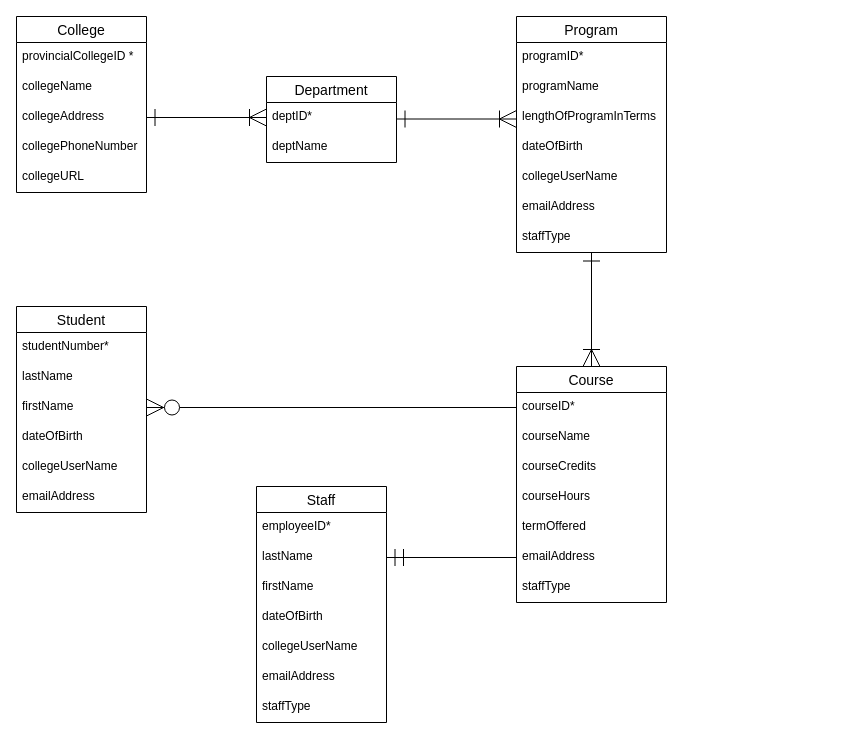
Above: Untitled Diagram.drawio in paige71/Draw.io (draw.io), before the change. Source tidied: cells renumbered, new cells numbered last; positions are measured from the earlier drawing's top-left corner, leaving out a move shared by most shapes. Both pictures are drawn from the tidied source at 100%, with x=0, y=0 at pixel (16, 16).
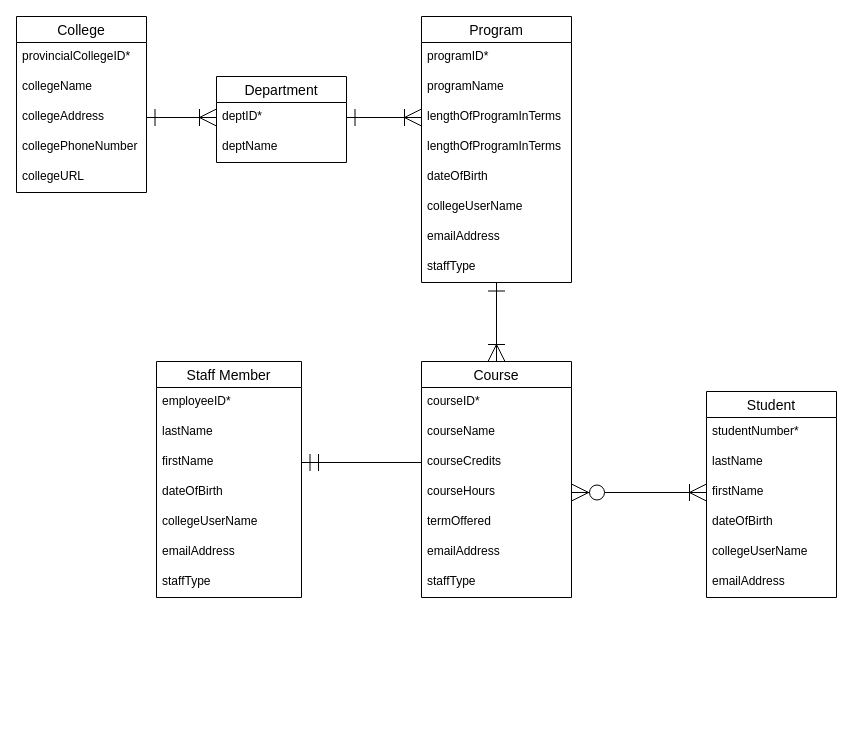
The same page after the edit.

Unchanged cells that the change refers to:
```xml
<mxCell id="2" value="College" style="swimlane;fontStyle=0;horizontal=1;startSize=26;align=center;fontSize=14;swimlaneLine=1;" parent="1" vertex="1">
  <mxGeometry width="130" height="176" as="geometry" />
</mxCell>
<mxCell id="9" value="deptID*" style="text;strokeColor=none;fillColor=none;spacingLeft=4;spacingRight=4;overflow=hidden;points=[[0,0.5],[1,0.5]];portConstraint=eastwest;fontSize=12;" parent="8" vertex="1">
  <mxGeometry y="26" width="130" height="30" as="geometry" />
</mxCell>
<mxCell id="22" value="firstName&#10;" style="text;strokeColor=none;fillColor=none;spacingLeft=4;spacingRight=4;overflow=hidden;points=[[0,0.5],[1,0.5]];portConstraint=eastwest;fontSize=12;" parent="19" vertex="1">
  <mxGeometry y="86" width="130" height="30" as="geometry" />
</mxCell>
<mxCell id="36" value="courseID*" style="text;strokeColor=none;fillColor=none;spacingLeft=4;spacingRight=4;overflow=hidden;points=[[0,0.5],[1,0.5]];portConstraint=eastwest;fontSize=12;" parent="35" vertex="1">
  <mxGeometry y="26" width="150" height="30" as="geometry" />
</mxCell>
<mxCell id="38" value="courseCredits" style="text;strokeColor=none;fillColor=none;spacingLeft=4;spacingRight=4;overflow=hidden;points=[[0,0.5],[1,0.5]];portConstraint=eastwest;fontSize=12;" parent="35" vertex="1">
  <mxGeometry y="86" width="150" height="30" as="geometry" />
</mxCell>
<mxCell id="39" value="courseHours&#10;" style="text;strokeColor=none;fillColor=none;spacingLeft=4;spacingRight=4;overflow=hidden;points=[[0,0.5],[1,0.5]];portConstraint=eastwest;fontSize=12;" parent="35" vertex="1">
  <mxGeometry y="116" width="150" height="30" as="geometry" />
</mxCell>
<mxCell id="41" value="emailAddress&#10;" style="text;strokeColor=none;fillColor=none;spacingLeft=4;spacingRight=4;overflow=hidden;points=[[0,0.5],[1,0.5]];portConstraint=eastwest;fontSize=12;" parent="35" vertex="1">
  <mxGeometry y="176" width="150" height="30" as="geometry" />
</mxCell>
```

Diff of the diagram source:
```diff
@@
-    <mxCell id="3" value="provincialCollegeID *" style="text;strokeColor=none;fillColor=none;spacingLeft=4;spacingRight=4;overflow=hidden;fontSize=12;" parent="2" vertex="1">
+    <mxCell id="3" value="provincialCollegeID*" style="text;strokeColor=none;fillColor=none;spacingLeft=4;spacingRight=4;overflow=hidden;fontSize=12;" parent="2" vertex="1">
       <mxGeometry y="26" width="130" height="30" as="geometry" />
     </mxCell>
@@
     <mxCell id="8" value="Department" style="swimlane;fontStyle=0;horizontal=1;startSize=26;align=center;fontSize=14;swimlaneLine=1;" parent="1" vertex="1">
-      <mxGeometry x="250" y="60" width="130" height="86" as="geometry" />
+      <mxGeometry x="200" y="60" width="130" height="86" as="geometry" />
     </mxCell>
@@
-    <mxCell id="11" value="Staff" style="swimlane;fontStyle=0;horizontal=1;startSize=26;align=center;fontSize=14;swimlaneLine=1;" parent="1" vertex="1">
-      <mxGeometry x="240" y="470" width="130" height="236" as="geometry" />
+    <mxCell id="11" value="Staff Member" style="swimlane;fontStyle=0;horizontal=1;startSize=26;align=center;fontSize=14;swimlaneLine=1;" parent="1" vertex="1">
+      <mxGeometry x="140" y="345" width="145" height="236" as="geometry" />
     </mxCell>
     <mxCell id="12" value="employeeID*" style="text;strokeColor=none;fillColor=none;spacingLeft=4;spacingRight=4;overflow=hidden;fontSize=12;" parent="11" vertex="1">
-      <mxGeometry y="26" width="130" height="30" as="geometry" />
+      <mxGeometry y="26" width="145" height="30" as="geometry" />
     </mxCell>
     <mxCell id="13" value="lastName" style="text;strokeColor=none;fillColor=none;spacingLeft=4;spacingRight=4;overflow=hidden;points=[[0,0.5],[1,0.5]];portConstraint=eastwest;fontSize=12;" parent="11" vertex="1">
-      <mxGeometry y="56" width="130" height="30" as="geometry" />
+      <mxGeometry y="56" width="145" height="30" as="geometry" />
     </mxCell>
     <mxCell id="14" value="firstName&#10;" style="text;strokeColor=none;fillColor=none;spacingLeft=4;spacingRight=4;overflow=hidden;points=[[0,0.5],[1,0.5]];portConstraint=eastwest;fontSize=12;" parent="11" vertex="1">
-      <mxGeometry y="86" width="130" height="30" as="geometry" />
+      <mxGeometry y="86" width="145" height="30" as="geometry" />
     </mxCell>
     <mxCell id="15" value="dateOfBirth" style="text;strokeColor=none;fillColor=none;spacingLeft=4;spacingRight=4;overflow=hidden;fontSize=12;" parent="11" vertex="1">
-      <mxGeometry y="116" width="130" height="30" as="geometry" />
+      <mxGeometry y="116" width="145" height="30" as="geometry" />
     </mxCell>
     <mxCell id="16" value="collegeUserName&#10;" style="text;strokeColor=none;fillColor=none;spacingLeft=4;spacingRight=4;overflow=hidden;fontSize=12;" parent="11" vertex="1">
-      <mxGeometry y="146" width="130" height="30" as="geometry" />
+      <mxGeometry y="146" width="145" height="30" as="geometry" />
     </mxCell>
     <mxCell id="17" value="emailAddress&#10;" style="text;strokeColor=none;fillColor=none;spacingLeft=4;spacingRight=4;overflow=hidden;fontSize=12;" parent="11" vertex="1">
-      <mxGeometry y="176" width="130" height="30" as="geometry" />
+      <mxGeometry y="176" width="145" height="30" as="geometry" />
     </mxCell>
     <mxCell id="18" value="staffType" style="text;strokeColor=none;fillColor=none;spacingLeft=4;spacingRight=4;overflow=hidden;fontSize=12;" parent="11" vertex="1">
-      <mxGeometry y="206" width="130" height="30" as="geometry" />
+      <mxGeometry y="206" width="145" height="30" as="geometry" />
     </mxCell>
     <mxCell id="19" value="Student" style="swimlane;fontStyle=0;horizontal=1;startSize=26;align=center;fontSize=14;swimlaneLine=1;" parent="1" vertex="1">
-      <mxGeometry y="290" width="130" height="206" as="geometry" />
+      <mxGeometry x="690" y="375" width="130" height="206" as="geometry" />
     </mxCell>
@@
     <mxCell id="27" value="Program" style="swimlane;fontStyle=0;horizontal=1;startSize=26;align=center;fontSize=14;swimlaneLine=1;" parent="1" vertex="1">
-      <mxGeometry x="500" width="150" height="236" as="geometry" />
+      <mxGeometry x="405" width="150" height="266" as="geometry" />
     </mxCell>
@@
+    <mxCell id="47" value="lengthOfProgramInTerms" style="text;strokeColor=none;fillColor=none;spacingLeft=4;spacingRight=4;overflow=hidden;points=[[0,0.5],[1,0.5]];portConstraint=eastwest;fontSize=12;" parent="27" vertex="1">
+      <mxGeometry y="86" width="150" height="30" as="geometry" />
+    </mxCell>
     <mxCell id="30" value="lengthOfProgramInTerms" style="text;strokeColor=none;fillColor=none;spacingLeft=4;spacingRight=4;overflow=hidden;fontSize=12;" parent="27" vertex="1">
-      <mxGeometry y="86" width="150" height="30" as="geometry" />
+      <mxGeometry y="116" width="150" height="30" as="geometry" />
     </mxCell>
     <mxCell id="31" value="dateOfBirth" style="text;strokeColor=none;fillColor=none;spacingLeft=4;spacingRight=4;overflow=hidden;fontSize=12;" parent="27" vertex="1">
-      <mxGeometry y="116" width="150" height="30" as="geometry" />
+      <mxGeometry y="146" width="150" height="30" as="geometry" />
     </mxCell>
     <mxCell id="32" value="collegeUserName&#10;" style="text;strokeColor=none;fillColor=none;spacingLeft=4;spacingRight=4;overflow=hidden;fontSize=12;" parent="27" vertex="1">
-      <mxGeometry y="146" width="150" height="30" as="geometry" />
+      <mxGeometry y="176" width="150" height="30" as="geometry" />
     </mxCell>
     <mxCell id="33" value="emailAddress&#10;" style="text;strokeColor=none;fillColor=none;spacingLeft=4;spacingRight=4;overflow=hidden;fontSize=12;" parent="27" vertex="1">
-      <mxGeometry y="176" width="150" height="30" as="geometry" />
+      <mxGeometry y="206" width="150" height="30" as="geometry" />
     </mxCell>
     <mxCell id="34" value="staffType" style="text;strokeColor=none;fillColor=none;spacingLeft=4;spacingRight=4;overflow=hidden;fontSize=12;" parent="27" vertex="1">
-      <mxGeometry y="206" width="150" height="30" as="geometry" />
+      <mxGeometry y="236" width="150" height="30" as="geometry" />
     </mxCell>
     <mxCell id="35" value="Course" style="swimlane;fontStyle=0;horizontal=1;startSize=26;align=center;fontSize=14;swimlaneLine=1;" parent="1" vertex="1">
-      <mxGeometry x="500" y="350" width="150" height="236" as="geometry" />
+      <mxGeometry x="405" y="345" width="150" height="236" as="geometry" />
     </mxCell>
@@
-    <mxCell id="44" style="edgeStyle=orthogonalEdgeStyle;rounded=0;orthogonalLoop=1;jettySize=auto;html=1;exitX=1;exitY=0.5;exitDx=0;exitDy=0;entryX=0;entryY=0.5;entryDx=0;entryDy=0;fontSize=14;startArrow=ERone;startFill=0;endArrow=ERoneToMany;endFill=0;startSize=15;strokeWidth=1;endSize=15;" parent="1" edge="1">
-      <mxGeometry relative="1" as="geometry">
-        <mxPoint x="380" y="102.5" as="sourcePoint" />
-        <mxPoint x="500" y="102.5" as="targetPoint" />
-      </mxGeometry>
+    <mxCell id="44" style="edgeStyle=orthogonalEdgeStyle;rounded=0;jettySize=auto;html=1;entryX=0;entryY=0.5;entryDx=0;entryDy=0;fontSize=14;startArrow=ERone;startFill=0;endArrow=ERoneToMany;endFill=0;startSize=15;strokeWidth=1;endSize=15;" parent="1" edge="1" source="9" target="47">
+      <mxGeometry relative="1" as="geometry" />
     </mxCell>
-    <mxCell id="45" style="edgeStyle=orthogonalEdgeStyle;rounded=0;jettySize=auto;html=1;exitX=0;exitY=0.5;exitDx=0;exitDy=0;entryX=1;entryY=0.5;entryDx=0;entryDy=0;fontSize=14;startArrow=none;startFill=0;endArrow=ERmandOne;endFill=0;startSize=15;endSize=15;strokeWidth=1;" parent="1" edge="1" source="41" target="13">
+    <mxCell id="45" style="edgeStyle=orthogonalEdgeStyle;rounded=0;jettySize=auto;html=1;exitX=0;exitY=0.5;exitDx=0;exitDy=0;entryX=1;entryY=0.5;entryDx=0;entryDy=0;fontSize=14;startArrow=none;startFill=0;endArrow=ERmandOne;endFill=0;startSize=15;endSize=15;strokeWidth=1;" parent="1" edge="1" source="38" target="14">
       <mxGeometry relative="1" as="geometry" />
     </mxCell>
-    <mxCell id="46" style="edgeStyle=orthogonalEdgeStyle;rounded=0;jettySize=auto;html=1;exitX=0;exitY=0.5;exitDx=0;exitDy=0;entryX=1;entryY=0.5;entryDx=0;entryDy=0;fontSize=14;startArrow=none;startFill=0;endArrow=ERzeroToMany;endFill=1;startSize=15;endSize=15;strokeWidth=1;" parent="1" edge="1" source="36" target="22">
-      <mxGeometry relative="1" as="geometry" />
-    </mxCell>
+    <mxCell id="48" style="edgeStyle=orthogonalEdgeStyle;rounded=0;jettySize=auto;html=1;exitX=1;exitY=0.5;exitDx=0;exitDy=0;entryX=0;entryY=0.5;entryDx=0;entryDy=0;fontSize=14;startArrow=ERzeroToMany;startFill=1;endArrow=ERoneToMany;endFill=0;startSize=15;endSize=15;strokeWidth=1;" parent="1" edge="1" source="39" target="22">
+      <mxGeometry relative="1" as="geometry" />
+    </mxCell>
```
